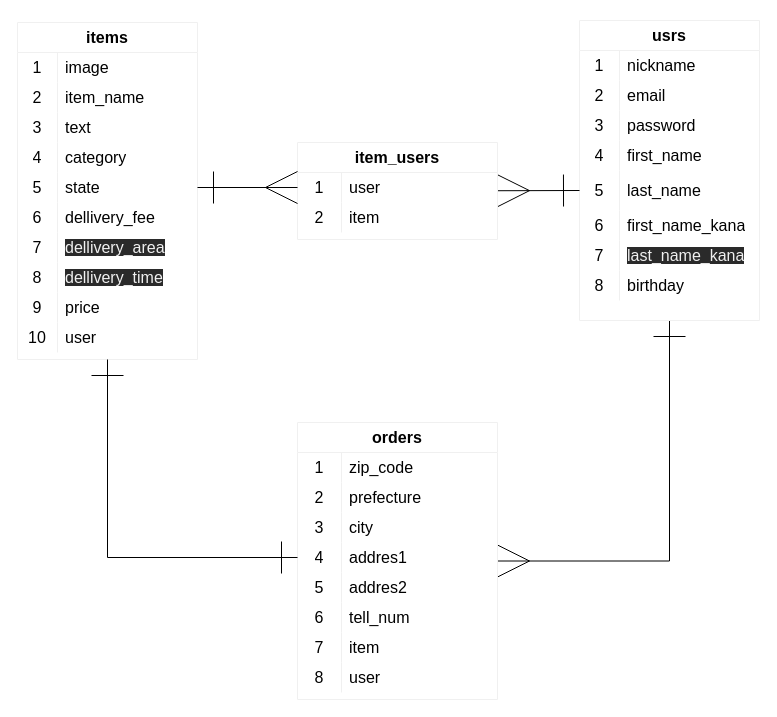
Earlier version of the draw.io diagram .dio (takeyuki-i/furima-31957). Source tidied: cells renumbered, new cells numbered last; positions are measured from the earlier drawing's top-left corner, leaving out a move shared by most shapes. Both pictures are drawn from the tidied source at 100%, with x=0, y=0 at pixel (17, 20).
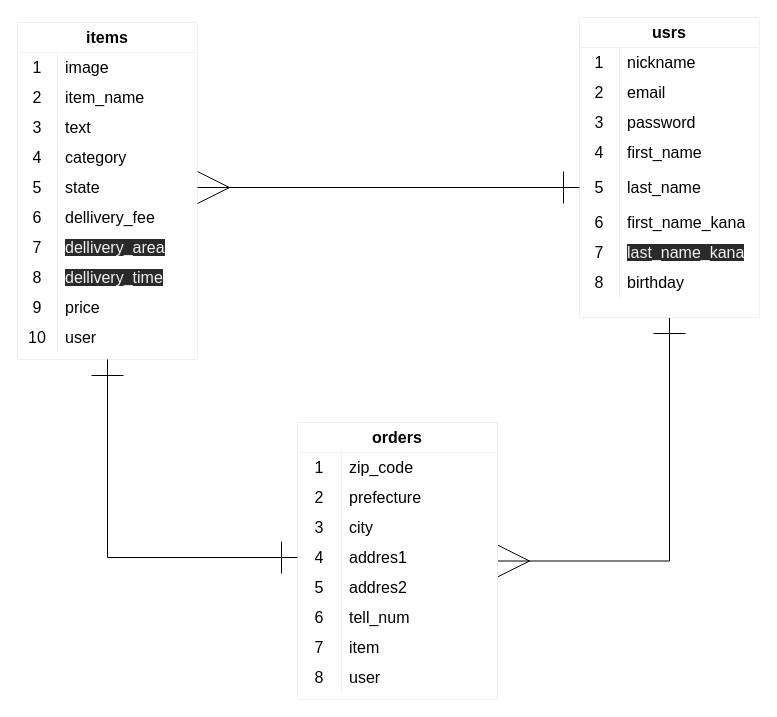
The same diagram, later.

Unchanged cells that the change refers to:
```xml
<mxCell id="41" style="shape=partialRectangle;html=1;whiteSpace=wrap;fillColor=none;top=0;left=0;bottom=0;right=0;points=[[0,0.5],[1,0.5]];portConstraint=eastwest;" parent="28" vertex="1">
  <mxGeometry y="150" width="180" height="30" as="geometry" />
</mxCell>
<mxCell id="72" style="shape=partialRectangle;html=1;whiteSpace=wrap;fillColor=none;top=0;left=0;bottom=0;right=0;points=[[0,0.5],[1,0.5]];portConstraint=eastwest;" parent="59" vertex="1">
  <mxGeometry y="150" width="180" height="40" as="geometry" />
</mxCell>
```

The edit, as a diff of the source:
```diff
@@
     <mxCell id="59" value="usrs" style="shape=table;html=1;whiteSpace=wrap;startSize=30;childLayout=tableLayout;rowLines=0;fontStyle=1;align=center;strokeColor=#F0F0F0;fontSize=16;" parent="1" vertex="1">
-      <mxGeometry x="562" width="180" height="300" as="geometry" />
+      <mxGeometry x="562" y="-3" width="180" height="300" as="geometry" />
     </mxCell>
@@
-    <mxCell id="84" style="rounded=0;jettySize=auto;html=1;entryX=0;entryY=0.5;entryDx=0;entryDy=0;startArrow=ERmany;startFill=0;endArrow=ERone;endFill=0;endSize=30;startSize=30;" parent="1" edge="1" source="85" target="72">
+    <mxCell id="84" style="rounded=0;jettySize=auto;html=1;entryX=0;entryY=0.5;entryDx=0;entryDy=0;startArrow=ERmany;startFill=0;endArrow=ERone;endFill=0;endSize=30;startSize=30;exitX=1;exitY=0.5;exitDx=0;exitDy=0;" parent="1" edge="1" source="41" target="72">
       <mxGeometry relative="1" as="geometry" />
     </mxCell>
-    <mxCell id="85" value="item_users" style="shape=table;html=1;whiteSpace=wrap;startSize=30;childLayout=tableLayout;rowLines=0;fontStyle=1;align=center;strokeColor=#F0F0F0;fontSize=16;" parent="1" vertex="1">
-      <mxGeometry x="280" y="122" width="200" height="97" as="geometry" />
-    </mxCell>
-    <mxCell id="86" style="shape=partialRectangle;html=1;whiteSpace=wrap;fillColor=none;top=0;left=0;bottom=0;right=0;points=[[0,0.5],[1,0.5]];portConstraint=eastwest;strokeColor=none;" parent="85" vertex="1">
-      <mxGeometry y="30" width="200" height="30" as="geometry" />
-    </mxCell>
-    <mxCell id="87" value="1" style="shape=partialRectangle;html=1;whiteSpace=wrap;fillColor=none;top=0;left=0;bottom=0;right=0;overflow=hidden;fontSize=16;" parent="86" vertex="1">
-      <mxGeometry width="44" height="30" as="geometry" />
-    </mxCell>
-    <mxCell id="88" value="user" style="shape=partialRectangle;html=1;whiteSpace=wrap;fillColor=none;top=0;left=0;bottom=0;right=0;align=left;spacingLeft=6;overflow=hidden;fontSize=16;" parent="86" vertex="1">
-      <mxGeometry x="44" width="156" height="30" as="geometry" />
-    </mxCell>
-    <mxCell id="89" style="shape=partialRectangle;html=1;whiteSpace=wrap;fillColor=none;top=0;left=0;bottom=0;right=0;strokeColor=none;" parent="85" vertex="1">
-      <mxGeometry y="60" width="200" height="30" as="geometry" />
-    </mxCell>
-    <mxCell id="90" value="2" style="shape=partialRectangle;html=1;whiteSpace=wrap;fillColor=none;top=0;left=0;bottom=0;right=0;overflow=hidden;fontSize=16;" parent="89" vertex="1">
-      <mxGeometry width="44" height="30" as="geometry" />
-    </mxCell>
-    <mxCell id="91" value="item" style="shape=partialRectangle;html=1;whiteSpace=wrap;fillColor=none;top=0;left=0;bottom=0;right=0;align=left;spacingLeft=6;overflow=hidden;fontSize=16;" parent="89" vertex="1">
-      <mxGeometry x="44" width="156" height="30" as="geometry" />
-    </mxCell>
-    <mxCell id="92" style="edgeStyle=orthogonalEdgeStyle;rounded=0;jettySize=auto;html=1;exitX=0;exitY=0.5;exitDx=0;exitDy=0;endArrow=ERone;endFill=0;startArrow=ERmany;startFill=0;strokeWidth=1;entryX=1;entryY=0.5;entryDx=0;entryDy=0;targetPerimeterSpacing=0;endSize=30;startSize=30;" parent="1" edge="1" source="86" target="41">
-      <mxGeometry relative="1" as="geometry" />
-    </mxCell>
```
